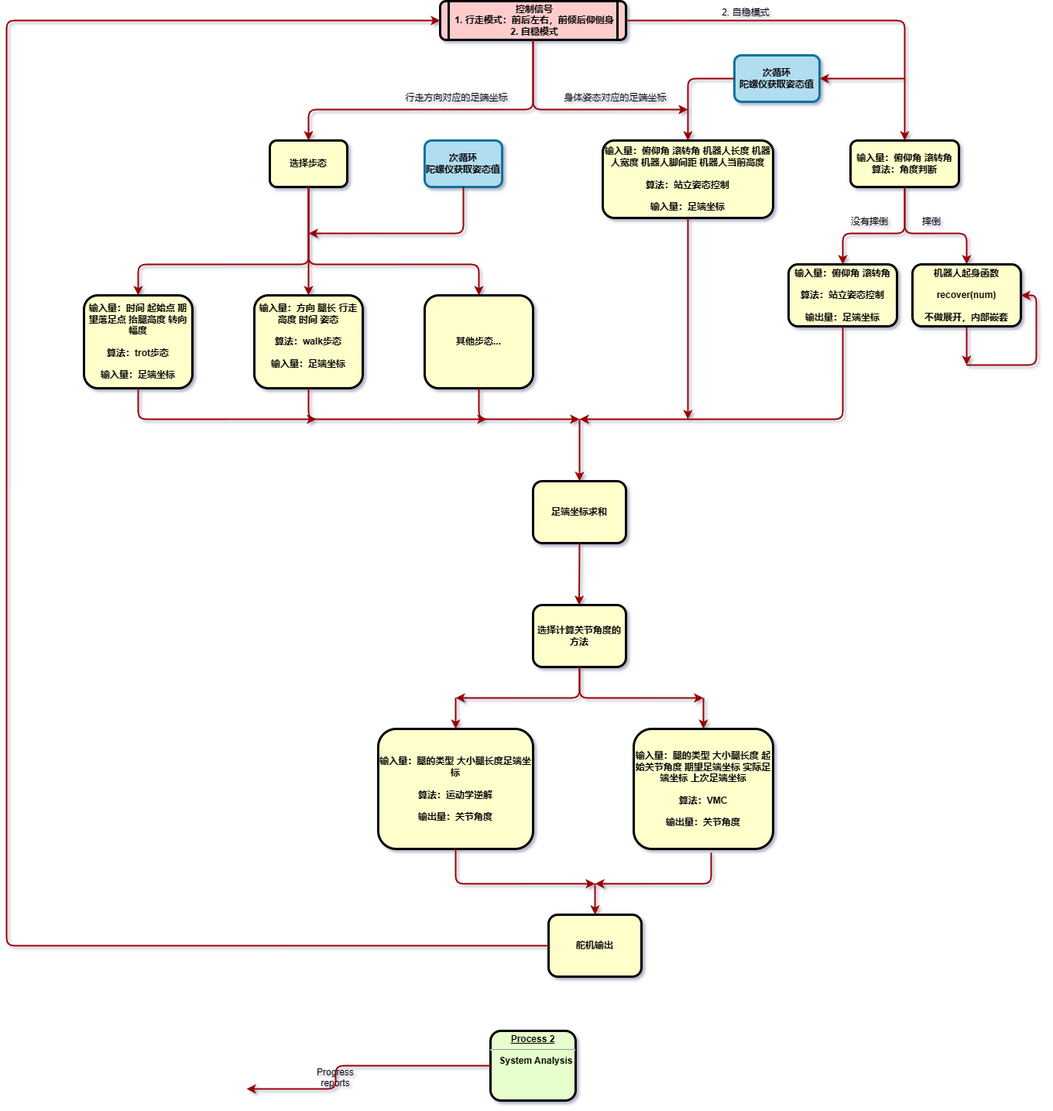
Earlier version of the draw.io export 机器人总体流程.drawio.png (KAZAMA-DREAM/picture). Source tidied: cells renumbered, new cells last; positions are measured from the earlier drawing's top-left corner, leaving out a move shared by most shapes.
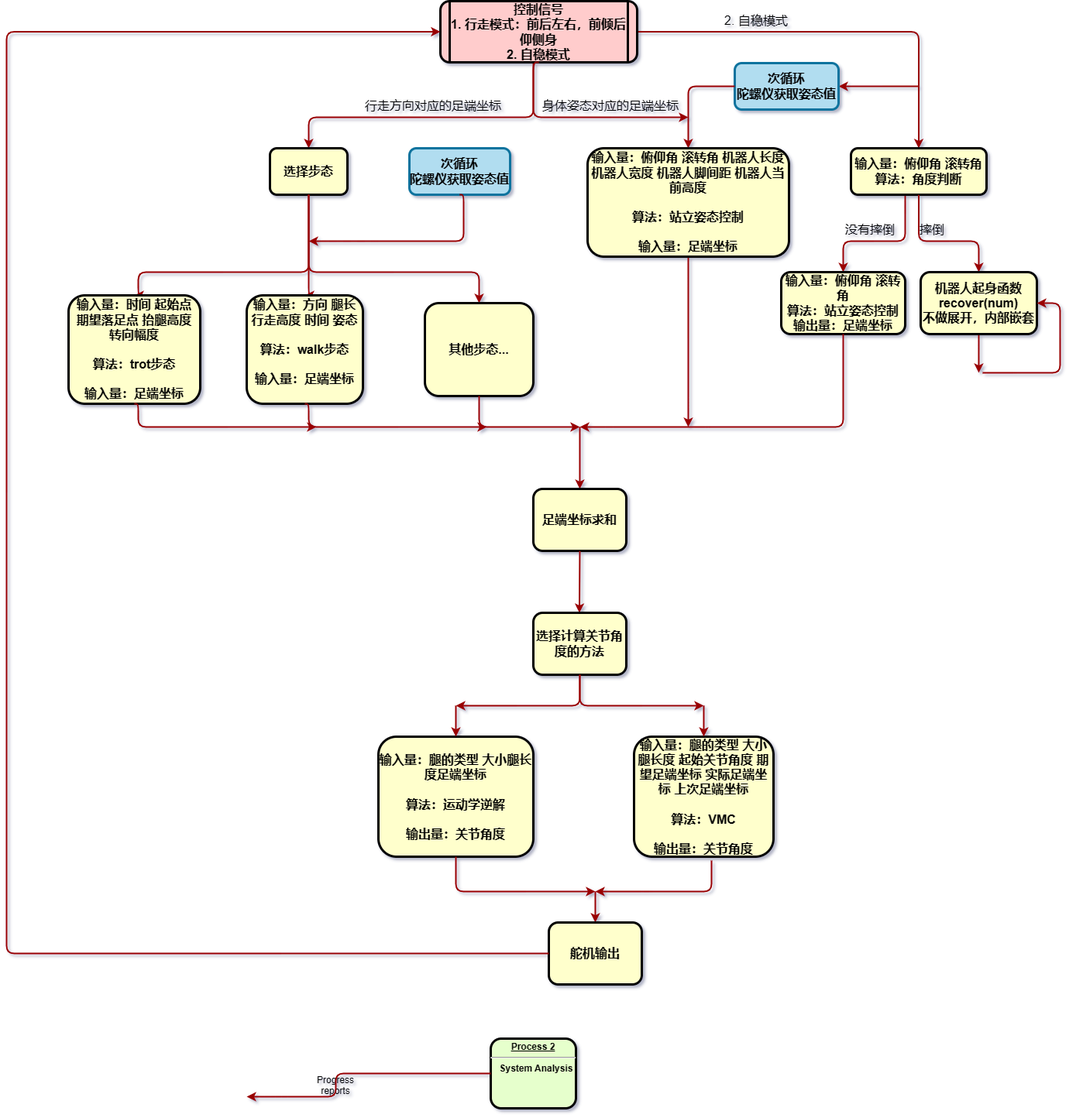
After the change.

Commit message:
更新机器人总体流程.drawio.png

Change to the diagram source:
```diff
@@ -13,8 +13,8 @@
         </Array>
       </mxGeometry>
     </mxCell>
-    <mxCell id="4" value="控制信号&#10;1. 行走模式：前后左右，前倾后仰侧身&#10;2. 自稳模式" style="shape=process;whiteSpace=wrap;align=center;verticalAlign=middle;size=0.0475;fontStyle=1;strokeWidth=3;fillColor=#FFCCCC;rounded=1;" parent="1" vertex="1">
-      <mxGeometry x="600" width="240" height="50" as="geometry" />
+    <mxCell id="4" value="控制信号&#10;1. 行走模式：前后左右，前倾后仰侧身&#10;2. 自稳模式" style="shape=process;whiteSpace=wrap;align=center;verticalAlign=middle;size=0.0475;fontStyle=1;strokeWidth=3;fillColor=#FFCCCC;rounded=1;fontSize=16;" parent="1" vertex="1">
+      <mxGeometry x="600" y="-10" width="254" height="79" as="geometry" />
     </mxCell>
     <mxCell id="5" value="&lt;p style=&quot;margin: 0px; margin-top: 4px; text-align: center; text-decoration: underline;&quot;&gt;&lt;strong&gt;Process 2&lt;br /&gt;&lt;/strong&gt;&lt;/p&gt;&lt;hr /&gt;&lt;p style=&quot;margin: 0px; margin-left: 8px;&quot;&gt;System Analysis&lt;/p&gt;" style="verticalAlign=middle;align=center;overflow=fill;fontSize=12;fontFamily=Helvetica;html=1;rounded=1;fontStyle=1;strokeWidth=3;fillColor=#E6FFCC;" parent="1" vertex="1">
       <mxGeometry x="665" y="1330" width="110" height="90" as="geometry" />
@@ -31,8 +31,8 @@
         </Array>
       </mxGeometry>
     </mxCell>
-    <mxCell id="8" value="2. 自稳模式" style="text;html=1;strokeColor=none;fillColor=none;align=center;verticalAlign=middle;whiteSpace=wrap;rounded=0;" parent="1" vertex="1">
-      <mxGeometry x="960" width="70" height="30" as="geometry" />
+    <mxCell id="8" value="2. 自稳模式" style="text;html=1;strokeColor=none;fillColor=none;align=center;verticalAlign=middle;whiteSpace=wrap;rounded=0;fontSize=16;" parent="1" vertex="1">
+      <mxGeometry x="960" width="96" height="30" as="geometry" />
     </mxCell>
     <mxCell id="9" style="edgeStyle=orthogonalEdgeStyle;rounded=1;jettySize=auto;html=1;entryX=0.5;entryY=0;entryDx=0;entryDy=0;strokeWidth=2;strokeColor=#990000;" parent="1" edge="1" target="19">
       <mxGeometry relative="1" as="geometry">
@@ -43,16 +43,16 @@
         </Array>
       </mxGeometry>
     </mxCell>
-    <mxCell id="10" value="输入量：俯仰角 滚转角&#10;算法：角度判断" style="whiteSpace=wrap;align=center;verticalAlign=middle;fontStyle=1;strokeWidth=3;fillColor=#FFFFCC;rounded=1;" parent="1" vertex="1">
-      <mxGeometry x="1130" y="180" width="140" height="60" as="geometry" />
+    <mxCell id="10" value="输入量：俯仰角 滚转角&#10;算法：角度判断" style="whiteSpace=wrap;align=center;verticalAlign=middle;fontStyle=1;strokeWidth=3;fillColor=#FFFFCC;rounded=1;fontSize=16;" parent="1" vertex="1">
+      <mxGeometry x="1130" y="180" width="175" height="60" as="geometry" />
     </mxCell>
     <mxCell id="11" style="endArrow=classic;html=1;rounded=1;entryX=1;entryY=0.5;entryDx=0;entryDy=0;strokeWidth=2;strokeColor=#990000;" parent="1" edge="1" target="12">
       <mxGeometry relative="1" as="geometry">
-        <mxPoint x="1200" y="100" as="sourcePoint" />
+        <mxPoint x="1217" y="100" as="sourcePoint" />
       </mxGeometry>
     </mxCell>
-    <mxCell id="12" value="次循环&#10;陀螺仪获取姿态值" style="whiteSpace=wrap;align=center;verticalAlign=middle;fontStyle=1;strokeWidth=3;fillColor=#b1ddf0;rounded=1;strokeColor=#10739e;" parent="1" vertex="1">
-      <mxGeometry x="980" y="70" width="110" height="60" as="geometry" />
+    <mxCell id="12" value="次循环&#10;陀螺仪获取姿态值" style="whiteSpace=wrap;align=center;verticalAlign=middle;fontStyle=1;strokeWidth=3;fillColor=#b1ddf0;rounded=1;strokeColor=#10739e;fontSize=16;" parent="1" vertex="1">
+      <mxGeometry x="980" y="70" width="134" height="60" as="geometry" />
     </mxCell>
     <mxCell id="13" style="endArrow=classic;html=1;rounded=1;entryX=0.5;entryY=0;entryDx=0;entryDy=0;exitX=0;exitY=0.5;exitDx=0;exitDy=0;strokeWidth=2;strokeColor=#990000;" parent="1" edge="1" source="12" target="15">
       <mxGeometry relative="1" as="geometry">
@@ -66,40 +66,40 @@
         <mxPoint x="920" y="540" as="targetPoint" />
       </mxGeometry>
     </mxCell>
-    <mxCell id="15" value="输入量：俯仰角 滚转角 机器人长度 机器人宽度 机器人脚间距 机器人当前高度&#10;&#10;算法：站立姿态控制&#10;&#10;输入量：足端坐标" style="whiteSpace=wrap;align=center;verticalAlign=middle;fontStyle=1;strokeWidth=3;fillColor=#FFFFCC;rounded=1;" parent="1" vertex="1">
-      <mxGeometry x="810" y="180" width="220" height="100" as="geometry" />
+    <mxCell id="15" value="输入量：俯仰角 滚转角 机器人长度 机器人宽度 机器人脚间距 机器人当前高度&#10;&#10;算法：站立姿态控制&#10;&#10;输入量：足端坐标" style="whiteSpace=wrap;align=center;verticalAlign=middle;fontStyle=1;strokeWidth=3;fillColor=#FFFFCC;rounded=1;fontSize=16;" parent="1" vertex="1">
+      <mxGeometry x="790" y="180" width="260" height="140" as="geometry" />
     </mxCell>
     <mxCell id="16" style="edgeStyle=orthogonalEdgeStyle;rounded=1;jettySize=auto;html=1;exitX=0.5;exitY=1;exitDx=0;exitDy=0;entryX=0.5;entryY=0;entryDx=0;entryDy=0;strokeWidth=2;strokeColor=#990000;" parent="1" edge="1" source="10" target="21">
       <mxGeometry relative="1" as="geometry">
         <Array as="points">
-          <mxPoint x="1200" y="300" />
-          <mxPoint x="1280" y="300" />
+          <mxPoint x="1218" y="300" />
+          <mxPoint x="1295" y="300" />
         </Array>
       </mxGeometry>
     </mxCell>
-    <mxCell id="17" value="没有摔倒" style="text;html=1;strokeColor=none;fillColor=none;align=center;verticalAlign=middle;whiteSpace=wrap;rounded=0;" parent="1" vertex="1">
+    <mxCell id="17" value="没有摔倒" style="text;html=1;strokeColor=none;fillColor=none;align=center;verticalAlign=middle;whiteSpace=wrap;rounded=0;fontSize=16;" parent="1" vertex="1">
       <mxGeometry x="1120" y="270" width="70" height="30" as="geometry" />
     </mxCell>
-    <mxCell id="18" value="摔倒" style="text;html=1;strokeColor=none;fillColor=none;align=center;verticalAlign=middle;whiteSpace=wrap;rounded=0;" parent="1" vertex="1">
+    <mxCell id="18" value="摔倒" style="text;html=1;strokeColor=none;fillColor=none;align=center;verticalAlign=middle;whiteSpace=wrap;rounded=0;fontSize=16;" parent="1" vertex="1">
       <mxGeometry x="1200" y="270" width="70" height="30" as="geometry" />
     </mxCell>
-    <mxCell id="19" value="输入量：俯仰角 滚转角&#10;&#10;算法：站立姿态控制&#10;&#10;输出量：足端坐标" style="whiteSpace=wrap;align=center;verticalAlign=middle;fontStyle=1;strokeWidth=3;fillColor=#FFFFCC;rounded=1;" parent="1" vertex="1">
-      <mxGeometry x="1050" y="340" width="140" height="80" as="geometry" />
+    <mxCell id="19" value="输入量：俯仰角 滚转角&#10;算法：站立姿态控制&#10;输出量：足端坐标" style="whiteSpace=wrap;align=center;verticalAlign=middle;fontStyle=1;strokeWidth=3;fillColor=#FFFFCC;rounded=1;fontSize=16;" parent="1" vertex="1">
+      <mxGeometry x="1040" y="340" width="160" height="80" as="geometry" />
     </mxCell>
     <mxCell id="20" style="edgeStyle=orthogonalEdgeStyle;rounded=1;jettySize=auto;html=1;strokeColor=#990000;strokeWidth=2;" parent="1" edge="1" source="21">
       <mxGeometry relative="1" as="geometry">
-        <mxPoint x="1280" y="470" as="targetPoint" />
+        <mxPoint x="1295" y="470" as="targetPoint" />
       </mxGeometry>
     </mxCell>
-    <mxCell id="21" value="机器人起身函数&#10;&#10;recover(num)&#10;&#10;不做展开，内部嵌套" style="whiteSpace=wrap;align=center;verticalAlign=middle;fontStyle=1;strokeWidth=3;fillColor=#FFFFCC;rounded=1;" parent="1" vertex="1">
-      <mxGeometry x="1210" y="340" width="140" height="80" as="geometry" />
+    <mxCell id="21" value="机器人起身函数&#10;recover(num)&#10;不做展开，内部嵌套" style="whiteSpace=wrap;align=center;verticalAlign=middle;fontStyle=1;strokeWidth=3;fillColor=#FFFFCC;rounded=1;fontSize=16;" parent="1" vertex="1">
+      <mxGeometry x="1220" y="340" width="150" height="80" as="geometry" />
     </mxCell>
     <mxCell id="22" style="edgeStyle=orthogonalEdgeStyle;rounded=1;jettySize=auto;html=1;entryX=1;entryY=0.5;entryDx=0;entryDy=0;strokeWidth=2;strokeColor=#990000;" parent="1" edge="1" target="21">
       <mxGeometry relative="1" as="geometry">
-        <mxPoint x="1280" y="470" as="sourcePoint" />
+        <mxPoint x="1300" y="470" as="sourcePoint" />
         <Array as="points">
-          <mxPoint x="1370" y="470" />
-          <mxPoint x="1370" y="380" />
+          <mxPoint x="1400" y="470" />
+          <mxPoint x="1400" y="380" />
         </Array>
       </mxGeometry>
     </mxCell>
@@ -120,17 +120,17 @@
         </Array>
       </mxGeometry>
     </mxCell>
-    <mxCell id="25" value="身体姿态对应的足端坐标" style="text;html=1;strokeColor=none;fillColor=none;align=center;verticalAlign=middle;whiteSpace=wrap;rounded=0;" parent="1" vertex="1">
-      <mxGeometry x="750" y="110" width="153" height="30" as="geometry" />
+    <mxCell id="25" value="身体姿态对应的足端坐标" style="text;html=1;strokeColor=none;fillColor=none;align=center;verticalAlign=middle;whiteSpace=wrap;rounded=0;fontSize=16;" parent="1" vertex="1">
+      <mxGeometry x="730" y="110" width="180" height="30" as="geometry" />
     </mxCell>
-    <mxCell id="26" value="行走方向对应的足端坐标" style="text;html=1;strokeColor=none;fillColor=none;align=center;verticalAlign=middle;whiteSpace=wrap;rounded=0;" parent="1" vertex="1">
-      <mxGeometry x="540" y="110" width="163" height="30" as="geometry" />
+    <mxCell id="26" value="行走方向对应的足端坐标" style="text;html=1;strokeColor=none;fillColor=none;align=center;verticalAlign=middle;whiteSpace=wrap;rounded=0;fontSize=16;" parent="1" vertex="1">
+      <mxGeometry x="502" y="110" width="178" height="30" as="geometry" />
     </mxCell>
-    <mxCell id="27" value="选择步态" style="whiteSpace=wrap;align=center;verticalAlign=middle;fontStyle=1;strokeWidth=3;fillColor=#FFFFCC;rounded=1;" parent="1" vertex="1">
+    <mxCell id="27" value="选择步态" style="whiteSpace=wrap;align=center;verticalAlign=middle;fontStyle=1;strokeWidth=3;fillColor=#FFFFCC;rounded=1;fontSize=16;" parent="1" vertex="1">
       <mxGeometry x="380" y="180" width="100" height="60" as="geometry" />
     </mxCell>
-    <mxCell id="28" value="次循环&#10;陀螺仪获取姿态值" style="whiteSpace=wrap;align=center;verticalAlign=middle;fontStyle=1;strokeWidth=3;fillColor=#b1ddf0;rounded=1;strokeColor=#10739e;" parent="1" vertex="1">
-      <mxGeometry x="580" y="180" width="100" height="60" as="geometry" />
+    <mxCell id="28" value="次循环&#10;陀螺仪获取姿态值" style="whiteSpace=wrap;align=center;verticalAlign=middle;fontStyle=1;strokeWidth=3;fillColor=#b1ddf0;rounded=1;strokeColor=#10739e;fontSize=16;" parent="1" vertex="1">
+      <mxGeometry x="560" y="180" width="130" height="60" as="geometry" />
     </mxCell>
     <mxCell id="29" style="edgeStyle=orthogonalEdgeStyle;rounded=1;jettySize=auto;html=1;strokeColor=#990000;strokeWidth=2;exitX=0.5;exitY=1;exitDx=0;exitDy=0;entryX=0.5;entryY=0;entryDx=0;entryDy=0;" parent="1" edge="1" source="27" target="31">
       <mxGeometry relative="1" as="geometry">
@@ -148,8 +148,8 @@
         </Array>
       </mxGeometry>
     </mxCell>
-    <mxCell id="31" value="输入量：方向 腿长 行走高度 时间 姿态&#10;&#10;算法：walk步态&#10;&#10;输入量：足端坐标&#10;" style="whiteSpace=wrap;align=center;verticalAlign=middle;fontStyle=1;strokeWidth=3;fillColor=#FFFFCC;rounded=1;" parent="1" vertex="1">
-      <mxGeometry x="360" y="380" width="140" height="120" as="geometry" />
+    <mxCell id="31" value="输入量：方向 腿长 行走高度 时间 姿态&#10;&#10;算法：walk步态&#10;&#10;输入量：足端坐标&#10;" style="whiteSpace=wrap;align=center;verticalAlign=middle;fontStyle=1;strokeWidth=3;fillColor=#FFFFCC;rounded=1;fontSize=16;" parent="1" vertex="1">
+      <mxGeometry x="350" y="370" width="150" height="140" as="geometry" />
     </mxCell>
     <mxCell id="32" style="edgeStyle=orthogonalEdgeStyle;rounded=1;jettySize=auto;html=1;strokeColor=#990000;strokeWidth=2;exitX=0.5;exitY=1;exitDx=0;exitDy=0;entryX=0.5;entryY=0;entryDx=0;entryDy=0;" parent="1" edge="1" source="27" target="34">
       <mxGeometry relative="1" as="geometry">
@@ -167,11 +167,11 @@
         </Array>
       </mxGeometry>
     </mxCell>
-    <mxCell id="34" value="其他步态..." style="whiteSpace=wrap;align=center;verticalAlign=middle;fontStyle=1;strokeWidth=3;fillColor=#FFFFCC;rounded=1;" parent="1" vertex="1">
+    <mxCell id="34" value="其他步态..." style="whiteSpace=wrap;align=center;verticalAlign=middle;fontStyle=1;strokeWidth=3;fillColor=#FFFFCC;rounded=1;fontSize=16;" parent="1" vertex="1">
       <mxGeometry x="580" y="380" width="140" height="120" as="geometry" />
     </mxCell>
-    <mxCell id="35" value="输入量：时间 起始点 期望落足点 抬腿高度 转向幅度&#10;&#10;算法：trot步态&#10;&#10;输入量：足端坐标" style="whiteSpace=wrap;align=center;verticalAlign=middle;fontStyle=1;strokeWidth=3;fillColor=#FFFFCC;rounded=1;" parent="1" vertex="1">
-      <mxGeometry x="140" y="380" width="140" height="120" as="geometry" />
+    <mxCell id="35" value="输入量：时间 起始点 期望落足点 抬腿高度 转向幅度&#10;&#10;算法：trot步态&#10;&#10;输入量：足端坐标" style="whiteSpace=wrap;align=center;verticalAlign=middle;fontStyle=1;strokeWidth=3;fillColor=#FFFFCC;rounded=1;fontSize=16;" parent="1" vertex="1">
+      <mxGeometry x="120" y="370" width="170" height="140" as="geometry" />
     </mxCell>
     <mxCell id="36" style="edgeStyle=elbowEdgeStyle;elbow=horizontal;strokeColor=#990000;strokeWidth=2;rounded=1;exitX=0.5;exitY=1;exitDx=0;exitDy=0;" parent="1" edge="1" source="34">
       <mxGeometry relative="1" as="geometry">
@@ -205,7 +205,7 @@
         </Array>
       </mxGeometry>
     </mxCell>
-    <mxCell id="40" value="足端坐标求和" style="whiteSpace=wrap;align=center;verticalAlign=middle;fontStyle=1;strokeWidth=3;fillColor=#FFFFCC;rounded=1;" parent="1" vertex="1">
+    <mxCell id="40" value="足端坐标求和" style="whiteSpace=wrap;align=center;verticalAlign=middle;fontStyle=1;strokeWidth=3;fillColor=#FFFFCC;rounded=1;fontSize=16;" parent="1" vertex="1">
       <mxGeometry x="720" y="620" width="120" height="80" as="geometry" />
     </mxCell>
     <mxCell id="41" style="edgeStyle=elbowEdgeStyle;elbow=horizontal;strokeColor=#990000;strokeWidth=2;rounded=1;exitX=0.5;exitY=1;exitDx=0;exitDy=0;entryX=0.5;entryY=0;entryDx=0;entryDy=0;" parent="1" edge="1" source="40" target="42">
@@ -215,10 +215,10 @@
         </Array>
       </mxGeometry>
     </mxCell>
-    <mxCell id="42" value="选择计算关节角度的方法" style="whiteSpace=wrap;align=center;verticalAlign=middle;fontStyle=1;strokeWidth=3;fillColor=#FFFFCC;rounded=1;" parent="1" vertex="1">
+    <mxCell id="42" value="选择计算关节角度的方法" style="whiteSpace=wrap;align=center;verticalAlign=middle;fontStyle=1;strokeWidth=3;fillColor=#FFFFCC;rounded=1;fontSize=16;" parent="1" vertex="1">
       <mxGeometry x="720" y="780" width="120" height="80" as="geometry" />
     </mxCell>
-    <mxCell id="43" value="输入量：腿的类型 大小腿长度 起始关节角度 期望足端坐标 实际足端坐标 上次足端坐标&#10;&#10;算法：VMC&#10;&#10;输出量：关节角度" style="whiteSpace=wrap;align=center;verticalAlign=middle;fontStyle=1;strokeWidth=3;fillColor=#FFFFCC;rounded=1;" parent="1" vertex="1">
+    <mxCell id="43" value="输入量：腿的类型 大小腿长度 起始关节角度 期望足端坐标 实际足端坐标 上次足端坐标&#10;&#10;算法：VMC&#10;&#10;输出量：关节角度" style="whiteSpace=wrap;align=center;verticalAlign=middle;fontStyle=1;strokeWidth=3;fillColor=#FFFFCC;rounded=1;fontSize=16;" parent="1" vertex="1">
       <mxGeometry x="850" y="940" width="180" height="155" as="geometry" />
     </mxCell>
     <mxCell id="44" style="edgeStyle=elbowEdgeStyle;elbow=horizontal;strokeColor=#990000;strokeWidth=2;rounded=1;exitX=0.5;exitY=1;exitDx=0;exitDy=0;" parent="1" edge="1" source="42">
@@ -230,7 +230,7 @@
         </Array>
       </mxGeometry>
     </mxCell>
-    <mxCell id="45" value="输入量：腿的类型 大小腿长度足端坐标&#10;&#10;算法：运动学逆解&#10;&#10;输出量：关节角度" style="whiteSpace=wrap;align=center;verticalAlign=middle;fontStyle=1;strokeWidth=3;fillColor=#FFFFCC;rounded=1;" parent="1" vertex="1">
+    <mxCell id="45" value="输入量：腿的类型 大小腿长度足端坐标&#10;&#10;算法：运动学逆解&#10;&#10;输出量：关节角度" style="whiteSpace=wrap;align=center;verticalAlign=middle;fontStyle=1;strokeWidth=3;fillColor=#FFFFCC;rounded=1;fontSize=16;" parent="1" vertex="1">
       <mxGeometry x="520" y="940" width="200" height="155" as="geometry" />
     </mxCell>
     <mxCell id="46" style="edgeStyle=elbowEdgeStyle;elbow=horizontal;strokeColor=#990000;strokeWidth=2;rounded=1;exitX=0.5;exitY=1;exitDx=0;exitDy=0;" parent="1" edge="1" source="42">
@@ -287,7 +287,7 @@
         </Array>
       </mxGeometry>
     </mxCell>
-    <mxCell id="52" value="舵机输出" style="whiteSpace=wrap;align=center;verticalAlign=middle;fontStyle=1;strokeWidth=3;fillColor=#FFFFCC;rounded=1;" parent="1" vertex="1">
+    <mxCell id="52" value="舵机输出" style="whiteSpace=wrap;align=center;verticalAlign=middle;fontStyle=1;strokeWidth=3;fillColor=#FFFFCC;rounded=1;fontSize=16;" parent="1" vertex="1">
       <mxGeometry x="740" y="1180" width="120" height="80" as="geometry" />
     </mxCell>
     <mxCell id="53" style="edgeStyle=elbowEdgeStyle;elbow=horizontal;strokeColor=#990000;strokeWidth=2;rounded=1;exitX=0;exitY=0.5;exitDx=0;exitDy=0;entryX=0;entryY=0.5;entryDx=0;entryDy=0;" parent="1" edge="1" source="52" target="4">
```
